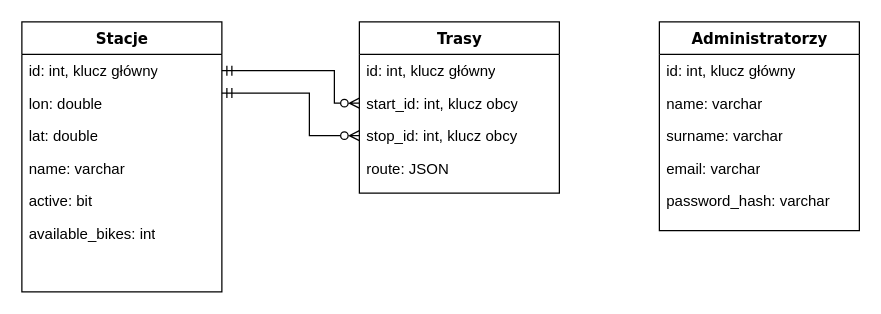
Freeturilo/FreeturiloDocumentation keeps this draw.io diagram as diagramy/Untitled Diagram.drawio. Above is the earlier version. Source tidied: cells renumbered, new cells numbered last; positions are measured from the earlier drawing's top-left corner, leaving out a move shared by most shapes. Both pictures are drawn from the tidied source at 125%, with x=0, y=0 at pixel (21, 21).
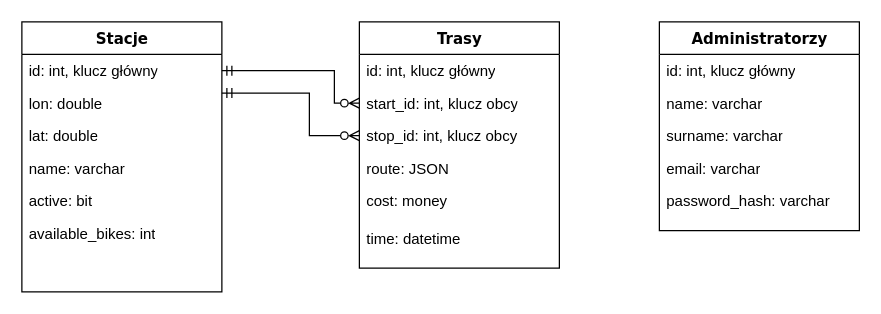
After the change.

What changed in the source:
```diff
@@
     <mxCell id="15" value="Trasy" style="swimlane;html=1;fontStyle=1;align=center;verticalAlign=top;horizontal=1;startSize=26;swimlaneFillColor=#ffffff;rounded=0;shadow=0;comic=0;labelBackgroundColor=none;strokeWidth=1;fillColor=none;fontFamily=Verdana;fontSize=12;" parent="1" vertex="1">
-      <mxGeometry x="270" width="160" height="137" as="geometry" />
+      <mxGeometry x="270" width="160" height="197" as="geometry" />
     </mxCell>
@@
+    <mxCell id="22" value="cost: money" style="text;html=1;strokeColor=none;fillColor=none;align=left;verticalAlign=top;spacingLeft=4;spacingRight=4;whiteSpace=wrap;overflow=hidden;" parent="15" vertex="1">
+      <mxGeometry y="130" width="160" height="30" as="geometry" />
+    </mxCell>
+    <mxCell id="23" value="time: datetime" style="text;html=1;strokeColor=none;fillColor=none;align=left;verticalAlign=top;spacingLeft=4;spacingRight=4;whiteSpace=wrap;overflow=hidden;" parent="15" vertex="1">
+      <mxGeometry y="160" width="160" height="30" as="geometry" />
+    </mxCell>
```
